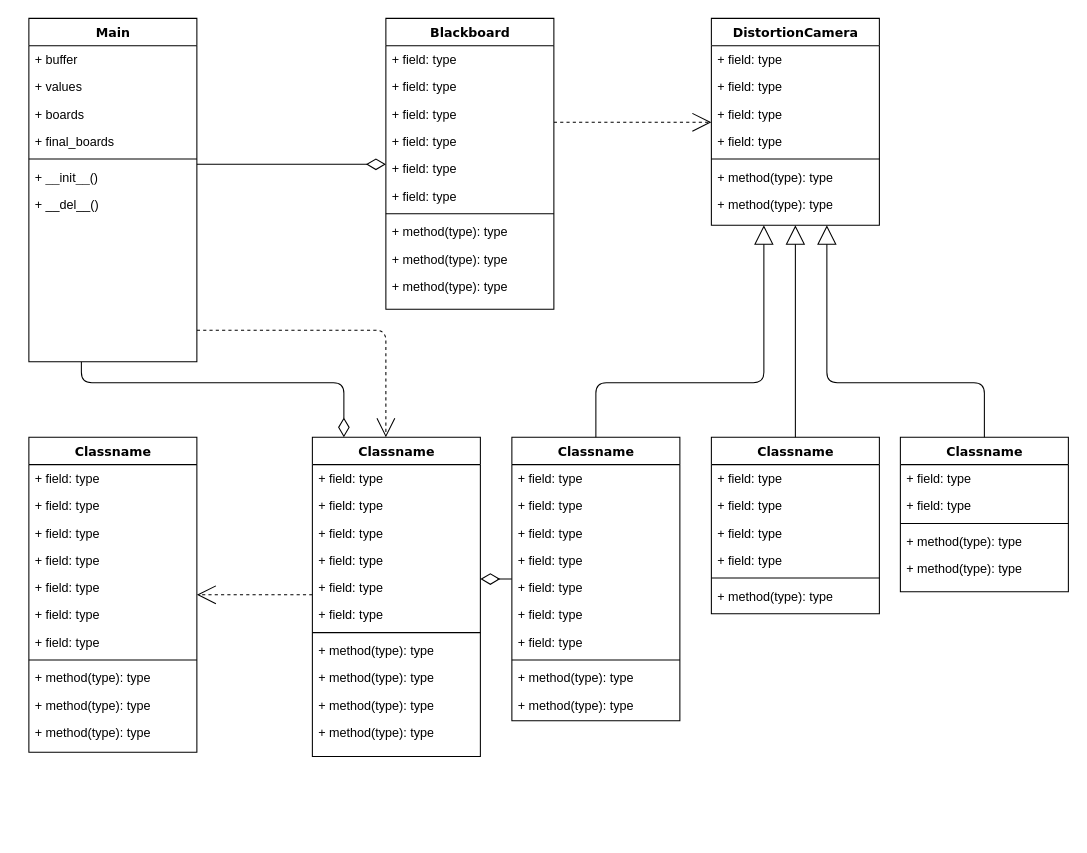
Above: BlackboardUML.drawio in MarkusvonStaden/blackboard2api (draw.io), before the change. Source tidied: cells renumbered, new cells numbered last; positions are measured from the earlier drawing's top-left corner, leaving out a move shared by most shapes. Both pictures are drawn from the tidied source at 105%, with x=0, y=0 at pixel (28, 18).
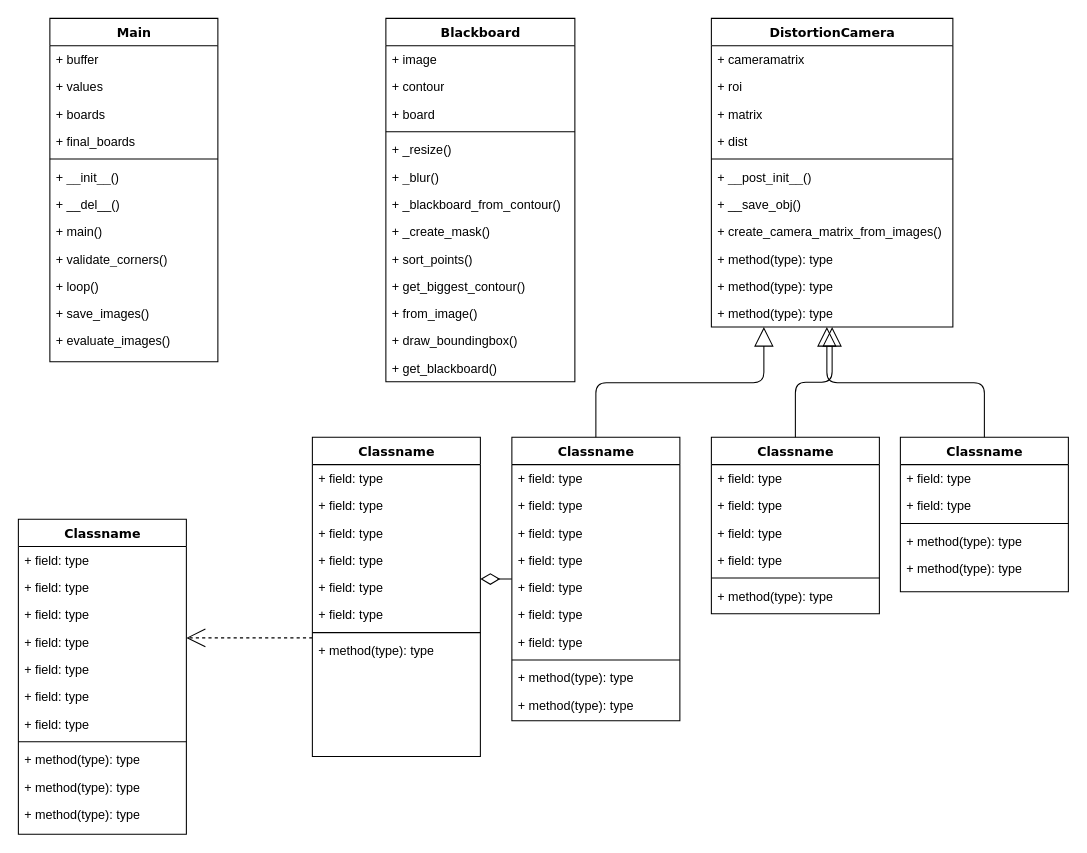
The same page after the edit.

Commit message:
Update Blackboard class BlackboardUML.drawio

The change refers to these unchanged cells:
```xml
<mxCell id="46" value="Classname" style="swimlane;html=1;fontStyle=1;align=center;verticalAlign=top;horizontal=1;startSize=26;swimlaneFillColor=#ffffff;rounded=0;shadow=0;comic=0;labelBackgroundColor=none;strokeWidth=1;fillColor=none;fontFamily=Verdana;fontSize=12;" parent="1" vertex="1">
  <mxGeometry x="270" y="399" width="160" height="304" as="geometry" />
</mxCell>
```

What changed in the source:
```diff
@@
-    <mxCell id="2" style="edgeStyle=orthogonalEdgeStyle;html=1;labelBackgroundColor=none;startFill=0;startSize=8;endArrow=open;endFill=0;endSize=16;fontFamily=Verdana;fontSize=12;dashed=1;" parent="1" edge="1" source="4" target="46">
-      <mxGeometry relative="1" as="geometry">
-        <Array as="points">
-          <mxPoint x="100" y="297" />
-          <mxPoint x="340" y="297" />
-        </Array>
-      </mxGeometry>
-    </mxCell>
-    <mxCell id="3" style="edgeStyle=orthogonalEdgeStyle;html=1;labelBackgroundColor=none;startFill=0;startSize=8;endArrow=diamondThin;endFill=0;endSize=16;fontFamily=Verdana;fontSize=12;" parent="1" edge="1" source="4" target="46">
-      <mxGeometry relative="1" as="geometry">
-        <Array as="points">
-          <mxPoint x="50" y="347" />
-          <mxPoint x="300" y="347" />
-        </Array>
-      </mxGeometry>
-    </mxCell>
     <mxCell id="4" value="Main" style="swimlane;html=1;fontStyle=1;align=center;verticalAlign=top;horizontal=1;startSize=26;swimlaneFillColor=#ffffff;rounded=0;shadow=0;comic=0;labelBackgroundColor=none;strokeWidth=1;fillColor=none;fontFamily=Verdana;fontSize=12;" parent="1" vertex="1">
-      <mxGeometry width="160" height="327" as="geometry" />
+      <mxGeometry x="20" width="160" height="327" as="geometry" />
     </mxCell>
@@
-    <mxCell id="12" style="edgeStyle=elbowEdgeStyle;html=1;labelBackgroundColor=none;startFill=0;startSize=8;endArrow=open;endFill=0;endSize=16;fontFamily=Verdana;fontSize=12;elbow=vertical;dashed=1;" parent="1" edge="1" source="13" target="24">
-      <mxGeometry relative="1" as="geometry" />
-    </mxCell>
+    <mxCell id="54" value="+ main()" style="text;html=1;strokeColor=none;fillColor=none;align=left;verticalAlign=top;spacingLeft=4;spacingRight=4;whiteSpace=wrap;overflow=hidden;" parent="4" vertex="1">
+      <mxGeometry y="190" width="160" height="26" as="geometry" />
+    </mxCell>
+    <mxCell id="86" value="+ validate_corners()" style="text;html=1;strokeColor=none;fillColor=none;align=left;verticalAlign=top;spacingLeft=4;spacingRight=4;whiteSpace=wrap;overflow=hidden;" parent="4" vertex="1">
+      <mxGeometry y="216" width="160" height="26" as="geometry" />
+    </mxCell>
+    <mxCell id="87" value="+ loop()" style="text;html=1;strokeColor=none;fillColor=none;align=left;verticalAlign=top;spacingLeft=4;spacingRight=4;whiteSpace=wrap;overflow=hidden;" parent="4" vertex="1">
+      <mxGeometry y="242" width="160" height="26" as="geometry" />
+    </mxCell>
+    <mxCell id="88" value="+ save_images()" style="text;html=1;strokeColor=none;fillColor=none;align=left;verticalAlign=top;spacingLeft=4;spacingRight=4;whiteSpace=wrap;overflow=hidden;" parent="4" vertex="1">
+      <mxGeometry y="268" width="160" height="26" as="geometry" />
+    </mxCell>
+    <mxCell id="89" value="+ evaluate_images()" style="text;html=1;strokeColor=none;fillColor=none;align=left;verticalAlign=top;spacingLeft=4;spacingRight=4;whiteSpace=wrap;overflow=hidden;" parent="4" vertex="1">
+      <mxGeometry y="294" width="160" height="26" as="geometry" />
+    </mxCell>
     <mxCell id="13" value="Blackboard" style="swimlane;html=1;fontStyle=1;align=center;verticalAlign=top;horizontal=1;startSize=26;swimlaneFillColor=#ffffff;rounded=0;shadow=0;comic=0;labelBackgroundColor=none;strokeWidth=1;fillColor=none;fontFamily=Verdana;fontSize=12;" parent="1" vertex="1">
-      <mxGeometry x="340" width="160" height="277" as="geometry" />
+      <mxGeometry x="340" width="180" height="346" as="geometry" />
     </mxCell>
-    <mxCell id="14" value="+ field: type" style="text;html=1;strokeColor=none;fillColor=none;align=left;verticalAlign=top;spacingLeft=4;spacingRight=4;whiteSpace=wrap;overflow=hidden;" parent="13" vertex="1">
-      <mxGeometry y="26" width="160" height="26" as="geometry" />
+    <mxCell id="14" value="+ image" style="text;html=1;strokeColor=none;fillColor=none;align=left;verticalAlign=top;spacingLeft=4;spacingRight=4;whiteSpace=wrap;overflow=hidden;" parent="13" vertex="1">
+      <mxGeometry y="26" width="180" height="26" as="geometry" />
     </mxCell>
-    <mxCell id="15" value="+ field: type" style="text;html=1;strokeColor=none;fillColor=none;align=left;verticalAlign=top;spacingLeft=4;spacingRight=4;whiteSpace=wrap;overflow=hidden;" parent="13" vertex="1">
-      <mxGeometry y="52" width="160" height="26" as="geometry" />
+    <mxCell id="15" value="+ contour" style="text;html=1;strokeColor=none;fillColor=none;align=left;verticalAlign=top;spacingLeft=4;spacingRight=4;whiteSpace=wrap;overflow=hidden;" parent="13" vertex="1">
+      <mxGeometry y="52" width="180" height="26" as="geometry" />
     </mxCell>
-    <mxCell id="16" value="+ field: type" style="text;html=1;strokeColor=none;fillColor=none;align=left;verticalAlign=top;spacingLeft=4;spacingRight=4;whiteSpace=wrap;overflow=hidden;" parent="13" vertex="1">
-      <mxGeometry y="78" width="160" height="26" as="geometry" />
+    <mxCell id="16" value="+ board" style="text;html=1;strokeColor=none;fillColor=none;align=left;verticalAlign=top;spacingLeft=4;spacingRight=4;whiteSpace=wrap;overflow=hidden;" parent="13" vertex="1">
+      <mxGeometry y="78" width="180" height="26" as="geometry" />
     </mxCell>
-    <mxCell id="17" value="+ field: type" style="text;html=1;strokeColor=none;fillColor=none;align=left;verticalAlign=top;spacingLeft=4;spacingRight=4;whiteSpace=wrap;overflow=hidden;" parent="13" vertex="1">
-      <mxGeometry y="104" width="160" height="26" as="geometry" />
-    </mxCell>
-    <mxCell id="18" value="+ field: type" style="text;html=1;strokeColor=none;fillColor=none;align=left;verticalAlign=top;spacingLeft=4;spacingRight=4;whiteSpace=wrap;overflow=hidden;" parent="13" vertex="1">
-      <mxGeometry y="130" width="160" height="26" as="geometry" />
-    </mxCell>
-    <mxCell id="19" value="+ field: type" style="text;html=1;strokeColor=none;fillColor=none;align=left;verticalAlign=top;spacingLeft=4;spacingRight=4;whiteSpace=wrap;overflow=hidden;" parent="13" vertex="1">
-      <mxGeometry y="156" width="160" height="26" as="geometry" />
-    </mxCell>
     <mxCell id="20" style="line;html=1;strokeWidth=1;fillColor=none;align=left;verticalAlign=middle;spacingTop=-1;spacingLeft=3;spacingRight=3;labelPosition=right;" parent="13" vertex="1">
-      <mxGeometry y="182" width="160" height="8" as="geometry" />
+      <mxGeometry y="104" width="180" height="8" as="geometry" />
     </mxCell>
-    <mxCell id="21" value="+ method(type): type" style="text;html=1;strokeColor=none;fillColor=none;align=left;verticalAlign=top;spacingLeft=4;spacingRight=4;whiteSpace=wrap;overflow=hidden;" parent="13" vertex="1">
-      <mxGeometry y="190" width="160" height="26" as="geometry" />
+    <mxCell id="21" value="+ _resize()" style="text;html=1;strokeColor=none;fillColor=none;align=left;verticalAlign=top;spacingLeft=4;spacingRight=4;whiteSpace=wrap;overflow=hidden;" parent="13" vertex="1">
+      <mxGeometry y="112" width="180" height="26" as="geometry" />
     </mxCell>
-    <mxCell id="22" value="+ method(type): type" style="text;html=1;strokeColor=none;fillColor=none;align=left;verticalAlign=top;spacingLeft=4;spacingRight=4;whiteSpace=wrap;overflow=hidden;" parent="13" vertex="1">
-      <mxGeometry y="216" width="160" height="26" as="geometry" />
+    <mxCell id="22" value="+ _blur()" style="text;html=1;strokeColor=none;fillColor=none;align=left;verticalAlign=top;spacingLeft=4;spacingRight=4;whiteSpace=wrap;overflow=hidden;" parent="13" vertex="1">
+      <mxGeometry y="138" width="180" height="26" as="geometry" />
     </mxCell>
-    <mxCell id="23" value="+ method(type): type" style="text;html=1;strokeColor=none;fillColor=none;align=left;verticalAlign=top;spacingLeft=4;spacingRight=4;whiteSpace=wrap;overflow=hidden;" parent="13" vertex="1">
-      <mxGeometry y="242" width="160" height="26" as="geometry" />
+    <mxCell id="23" value="+ _blackboard_from_contour()" style="text;html=1;strokeColor=none;fillColor=none;align=left;verticalAlign=top;spacingLeft=4;spacingRight=4;whiteSpace=wrap;overflow=hidden;" parent="13" vertex="1">
+      <mxGeometry y="164" width="180" height="26" as="geometry" />
     </mxCell>
+    <mxCell id="90" value="+ _create_mask()" style="text;html=1;strokeColor=none;fillColor=none;align=left;verticalAlign=top;spacingLeft=4;spacingRight=4;whiteSpace=wrap;overflow=hidden;" parent="13" vertex="1">
+      <mxGeometry y="190" width="180" height="26" as="geometry" />
+    </mxCell>
+    <mxCell id="91" value="+ sort_points()" style="text;html=1;strokeColor=none;fillColor=none;align=left;verticalAlign=top;spacingLeft=4;spacingRight=4;whiteSpace=wrap;overflow=hidden;points=[[0,0.5],[1,0.5]];portConstraint=eastwest;" parent="13" vertex="1">
+      <mxGeometry y="216" width="180" height="26" as="geometry" />
+    </mxCell>
+    <mxCell id="92" value="+ get_biggest_contour()" style="text;html=1;strokeColor=none;fillColor=none;align=left;verticalAlign=top;spacingLeft=4;spacingRight=4;whiteSpace=wrap;overflow=hidden;" parent="13" vertex="1">
+      <mxGeometry y="242" width="180" height="26" as="geometry" />
+    </mxCell>
+    <mxCell id="93" value="+ from_image()" style="text;html=1;strokeColor=none;fillColor=none;align=left;verticalAlign=top;spacingLeft=4;spacingRight=4;whiteSpace=wrap;overflow=hidden;" parent="13" vertex="1">
+      <mxGeometry y="268" width="180" height="26" as="geometry" />
+    </mxCell>
+    <mxCell id="94" value="+ draw_boundingbox()" style="text;html=1;strokeColor=none;fillColor=none;align=left;verticalAlign=top;spacingLeft=4;spacingRight=4;whiteSpace=wrap;overflow=hidden;" parent="13" vertex="1">
+      <mxGeometry y="294" width="180" height="26" as="geometry" />
+    </mxCell>
+    <mxCell id="95" value="+ get_blackboard()" style="text;html=1;strokeColor=none;fillColor=none;align=left;verticalAlign=top;spacingLeft=4;spacingRight=4;whiteSpace=wrap;overflow=hidden;" parent="13" vertex="1">
+      <mxGeometry y="320" width="180" height="26" as="geometry" />
+    </mxCell>
+    <mxCell id="96" style="edgeStyle=orthogonalEdgeStyle;rounded=0;orthogonalLoop=1;jettySize=auto;html=1;exitX=1;exitY=0.5;exitDx=0;exitDy=0;" parent="13" edge="1" source="91" target="91">
+      <mxGeometry relative="1" as="geometry" />
+    </mxCell>
     <mxCell id="24" value="DistortionCamera" style="swimlane;html=1;fontStyle=1;align=center;verticalAlign=top;horizontal=1;startSize=26;swimlaneFillColor=#ffffff;rounded=0;shadow=0;comic=0;labelBackgroundColor=none;strokeWidth=1;fillColor=none;fontFamily=Verdana;fontSize=12;" parent="1" vertex="1">
-      <mxGeometry x="650" width="160" height="197" as="geometry" />
+      <mxGeometry x="650" width="230" height="294" as="geometry" />
     </mxCell>
-    <mxCell id="25" value="+ field: type" style="text;html=1;strokeColor=none;fillColor=none;align=left;verticalAlign=top;spacingLeft=4;spacingRight=4;whiteSpace=wrap;overflow=hidden;" parent="24" vertex="1">
-      <mxGeometry y="26" width="160" height="26" as="geometry" />
+    <mxCell id="25" value="+ cameramatrix" style="text;html=1;strokeColor=none;fillColor=none;align=left;verticalAlign=top;spacingLeft=4;spacingRight=4;whiteSpace=wrap;overflow=hidden;" parent="24" vertex="1">
+      <mxGeometry y="26" width="230" height="26" as="geometry" />
     </mxCell>
-    <mxCell id="26" value="+ field: type" style="text;html=1;strokeColor=none;fillColor=none;align=left;verticalAlign=top;spacingLeft=4;spacingRight=4;whiteSpace=wrap;overflow=hidden;" parent="24" vertex="1">
-      <mxGeometry y="52" width="160" height="26" as="geometry" />
+    <mxCell id="26" value="+ roi" style="text;html=1;strokeColor=none;fillColor=none;align=left;verticalAlign=top;spacingLeft=4;spacingRight=4;whiteSpace=wrap;overflow=hidden;" parent="24" vertex="1">
+      <mxGeometry y="52" width="230" height="26" as="geometry" />
     </mxCell>
-    <mxCell id="27" value="+ field: type" style="text;html=1;strokeColor=none;fillColor=none;align=left;verticalAlign=top;spacingLeft=4;spacingRight=4;whiteSpace=wrap;overflow=hidden;" parent="24" vertex="1">
-      <mxGeometry y="78" width="160" height="26" as="geometry" />
+    <mxCell id="27" value="+ matrix" style="text;html=1;strokeColor=none;fillColor=none;align=left;verticalAlign=top;spacingLeft=4;spacingRight=4;whiteSpace=wrap;overflow=hidden;" parent="24" vertex="1">
+      <mxGeometry y="78" width="230" height="26" as="geometry" />
     </mxCell>
-    <mxCell id="28" value="+ field: type" style="text;html=1;strokeColor=none;fillColor=none;align=left;verticalAlign=top;spacingLeft=4;spacingRight=4;whiteSpace=wrap;overflow=hidden;" parent="24" vertex="1">
-      <mxGeometry y="104" width="160" height="26" as="geometry" />
+    <mxCell id="28" value="+ dist" style="text;html=1;strokeColor=none;fillColor=none;align=left;verticalAlign=top;spacingLeft=4;spacingRight=4;whiteSpace=wrap;overflow=hidden;" parent="24" vertex="1">
+      <mxGeometry y="104" width="230" height="26" as="geometry" />
     </mxCell>
     <mxCell id="29" style="line;html=1;strokeWidth=1;fillColor=none;align=left;verticalAlign=middle;spacingTop=-1;spacingLeft=3;spacingRight=3;labelPosition=right;" parent="24" vertex="1">
-      <mxGeometry y="130" width="160" height="8" as="geometry" />
+      <mxGeometry y="130" width="230" height="8" as="geometry" />
     </mxCell>
-    <mxCell id="30" value="+ method(type): type" style="text;html=1;strokeColor=none;fillColor=none;align=left;verticalAlign=top;spacingLeft=4;spacingRight=4;whiteSpace=wrap;overflow=hidden;" parent="24" vertex="1">
-      <mxGeometry y="138" width="160" height="26" as="geometry" />
+    <mxCell id="30" value="+ __post_init__()" style="text;html=1;strokeColor=none;fillColor=none;align=left;verticalAlign=top;spacingLeft=4;spacingRight=4;whiteSpace=wrap;overflow=hidden;" parent="24" vertex="1">
+      <mxGeometry y="138" width="230" height="26" as="geometry" />
     </mxCell>
-    <mxCell id="31" value="+ method(type): type" style="text;html=1;strokeColor=none;fillColor=none;align=left;verticalAlign=top;spacingLeft=4;spacingRight=4;whiteSpace=wrap;overflow=hidden;" parent="24" vertex="1">
-      <mxGeometry y="164" width="160" height="26" as="geometry" />
+    <mxCell id="31" value="+ __save_obj()" style="text;html=1;strokeColor=none;fillColor=none;align=left;verticalAlign=top;spacingLeft=4;spacingRight=4;whiteSpace=wrap;overflow=hidden;" parent="24" vertex="1">
+      <mxGeometry y="164" width="230" height="26" as="geometry" />
     </mxCell>
+    <mxCell id="97" value="+ create_camera_matrix_from_images()" style="text;html=1;strokeColor=none;fillColor=none;align=left;verticalAlign=top;spacingLeft=4;spacingRight=4;whiteSpace=wrap;overflow=hidden;" parent="24" vertex="1">
+      <mxGeometry y="190" width="230" height="26" as="geometry" />
+    </mxCell>
+    <mxCell id="98" value="+ method(type): type" style="text;html=1;strokeColor=none;fillColor=none;align=left;verticalAlign=top;spacingLeft=4;spacingRight=4;whiteSpace=wrap;overflow=hidden;" parent="24" vertex="1">
+      <mxGeometry y="216" width="230" height="26" as="geometry" />
+    </mxCell>
+    <mxCell id="99" value="+ method(type): type" style="text;html=1;strokeColor=none;fillColor=none;align=left;verticalAlign=top;spacingLeft=4;spacingRight=4;whiteSpace=wrap;overflow=hidden;" parent="24" vertex="1">
+      <mxGeometry y="242" width="230" height="26" as="geometry" />
+    </mxCell>
+    <mxCell id="100" value="+ method(type): type" style="text;html=1;strokeColor=none;fillColor=none;align=left;verticalAlign=top;spacingLeft=4;spacingRight=4;whiteSpace=wrap;overflow=hidden;" parent="24" vertex="1">
+      <mxGeometry y="268" width="230" height="26" as="geometry" />
+    </mxCell>
@@
     <mxCell id="33" value="Classname" style="swimlane;html=1;fontStyle=1;align=center;verticalAlign=top;horizontal=1;startSize=26;swimlaneFillColor=#ffffff;rounded=0;shadow=0;comic=0;labelBackgroundColor=none;strokeWidth=1;fillColor=none;fontFamily=Verdana;fontSize=12;" parent="1" vertex="1">
-      <mxGeometry y="399" width="160" height="300" as="geometry" />
+      <mxGeometry x="-10" y="477" width="160" height="300" as="geometry" />
     </mxCell>
@@
-    <mxCell id="54" value="+ method(type): type" style="text;html=1;strokeColor=none;fillColor=none;align=left;verticalAlign=top;spacingLeft=4;spacingRight=4;whiteSpace=wrap;overflow=hidden;" parent="46" vertex="1">
-      <mxGeometry y="190" width="160" height="26" as="geometry" />
-    </mxCell>
-    <mxCell id="55" value="+ method(type): type" style="text;html=1;strokeColor=none;fillColor=none;align=left;verticalAlign=top;spacingLeft=4;spacingRight=4;whiteSpace=wrap;overflow=hidden;" parent="46" vertex="1">
-      <mxGeometry y="216" width="160" height="26" as="geometry" />
-    </mxCell>
-    <mxCell id="56" value="+ method(type): type" style="text;html=1;strokeColor=none;fillColor=none;align=left;verticalAlign=top;spacingLeft=4;spacingRight=4;whiteSpace=wrap;overflow=hidden;" parent="46" vertex="1">
-      <mxGeometry y="242" width="160" height="26" as="geometry" />
-    </mxCell>
     <mxCell id="57" value="+ method(type): type" style="text;html=1;strokeColor=none;fillColor=none;align=left;verticalAlign=top;spacingLeft=4;spacingRight=4;whiteSpace=wrap;overflow=hidden;" parent="46" vertex="1">
-      <mxGeometry y="268" width="160" height="26" as="geometry" />
+      <mxGeometry y="190" width="160" height="26" as="geometry" />
     </mxCell>
@@
-    <mxCell id="85" style="edgeStyle=elbowEdgeStyle;html=1;labelBackgroundColor=none;startFill=0;startSize=8;endArrow=diamondThin;endFill=0;endSize=16;fontFamily=Verdana;fontSize=12;elbow=vertical;" parent="1" edge="1" source="4" target="13">
-      <mxGeometry relative="1" as="geometry" />
-    </mxCell>
```
